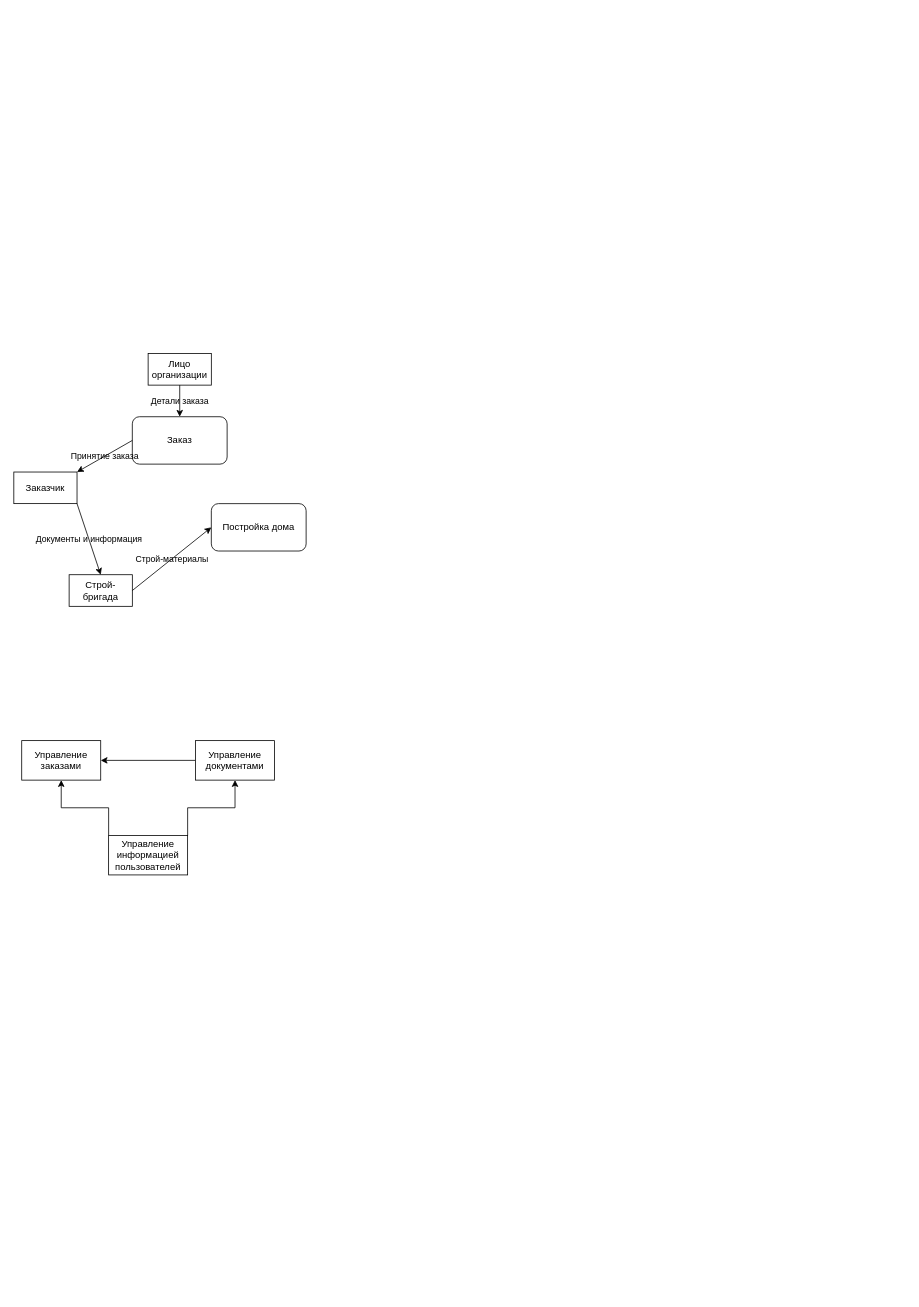
Above: Диаграмма без названия.drawio in AbstractRedy/gitexample (draw.io), before the change. Source tidied: cells renumbered, new cells numbered last; positions are measured from the earlier drawing's top-left corner, leaving out a move shared by most shapes. Both pictures are drawn from the tidied source at 79%, with x=0, y=0 at pixel (13, 353).
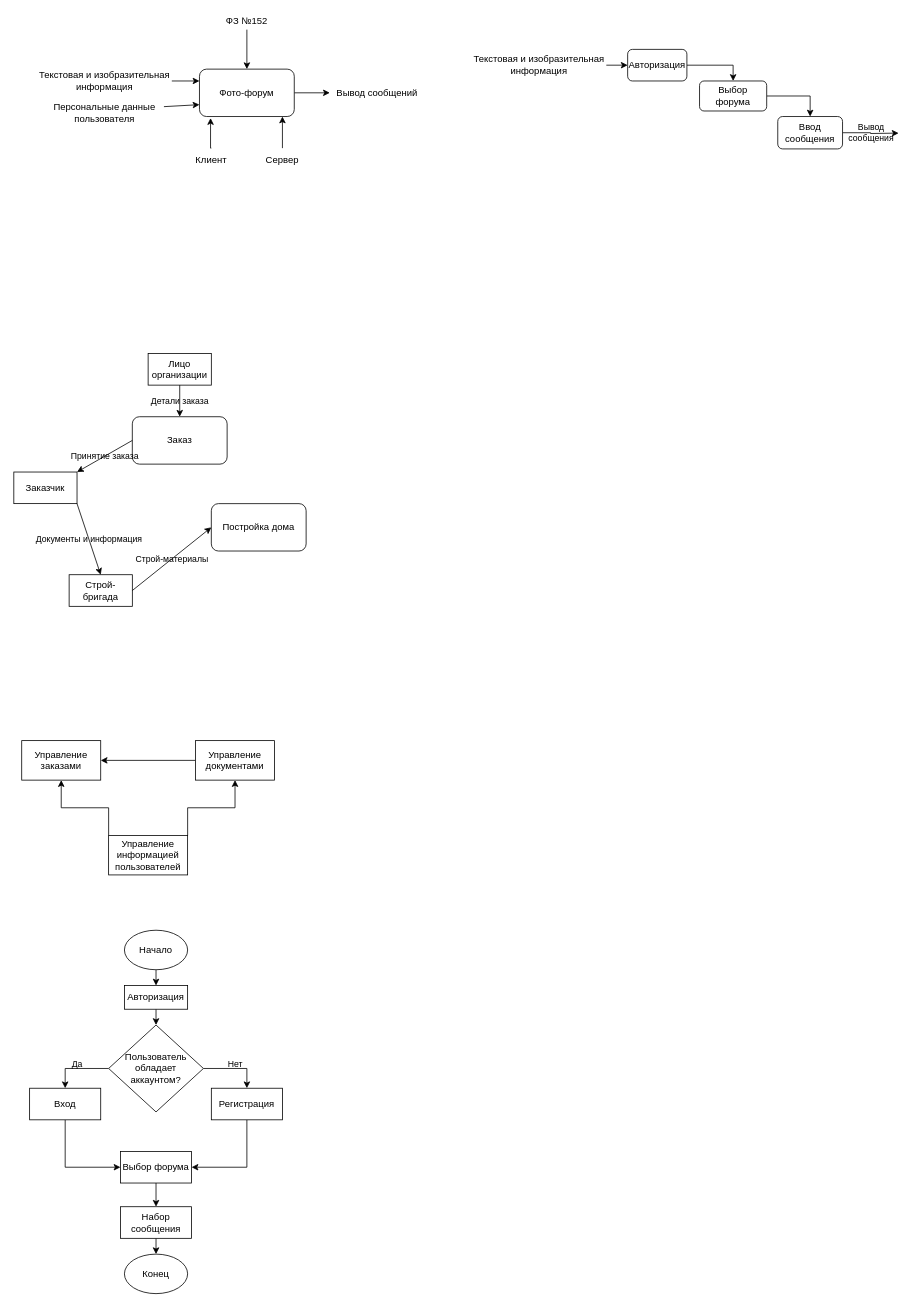
The same page after the edit.

Commit message:
Тупо все диаграммы

The edit, as a diff of the source:
```diff
@@
+    <mxCell id="17" style="edgeStyle=orthogonalEdgeStyle;rounded=0;jettySize=auto;html=1;exitX=0.5;exitY=1;exitDx=0;exitDy=0;entryX=0.5;entryY=0;entryDx=0;entryDy=0;labelBackgroundColor=none;" parent="1" edge="1" source="18" target="24">
+      <mxGeometry relative="1" as="geometry" />
+    </mxCell>
+    <mxCell id="18" value="Начало" style="ellipse;whiteSpace=wrap;html=1;" parent="1" vertex="1">
+      <mxGeometry x="140" y="730" width="80" height="50" as="geometry" />
+    </mxCell>
+    <mxCell id="19" value="Конец" style="ellipse;whiteSpace=wrap;html=1;" parent="1" vertex="1">
+      <mxGeometry x="140" y="1140" width="80" height="50" as="geometry" />
+    </mxCell>
+    <mxCell id="20" value="Нет" style="edgeStyle=orthogonalEdgeStyle;rounded=0;jettySize=auto;html=1;exitX=1;exitY=0.5;exitDx=0;exitDy=0;entryX=0.5;entryY=0;entryDx=0;entryDy=0;labelBackgroundColor=none;" parent="1" edge="1" source="22" target="26">
+      <mxGeometry y="5" relative="1" as="geometry" />
+    </mxCell>
+    <mxCell id="21" value="Да" style="edgeStyle=orthogonalEdgeStyle;rounded=0;jettySize=auto;html=1;exitX=0;exitY=0.5;exitDx=0;exitDy=0;entryX=0.5;entryY=0;entryDx=0;entryDy=0;labelBackgroundColor=none;" parent="1" edge="1" source="22" target="28">
+      <mxGeometry y="-5" relative="1" as="geometry" />
+    </mxCell>
+    <mxCell id="22" value="Пользователь обладает аккаунтом?" style="rhombus;whiteSpace=wrap;html=1;" parent="1" vertex="1">
+      <mxGeometry x="120" y="850" width="120" height="110" as="geometry" />
+    </mxCell>
+    <mxCell id="23" style="edgeStyle=orthogonalEdgeStyle;rounded=0;jettySize=auto;html=1;exitX=0.5;exitY=1;exitDx=0;exitDy=0;entryX=0.5;entryY=0;entryDx=0;entryDy=0;labelBackgroundColor=none;" parent="1" edge="1" source="24" target="22">
+      <mxGeometry relative="1" as="geometry" />
+    </mxCell>
+    <mxCell id="24" value="Авторизация" style="rounded=0;whiteSpace=wrap;html=1;" parent="1" vertex="1">
+      <mxGeometry x="140" y="800" width="80" height="30" as="geometry" />
+    </mxCell>
+    <mxCell id="25" style="edgeStyle=orthogonalEdgeStyle;rounded=0;jettySize=auto;html=1;exitX=0.5;exitY=1;exitDx=0;exitDy=0;entryX=1;entryY=0.5;entryDx=0;entryDy=0;labelBackgroundColor=none;" parent="1" edge="1" source="26" target="30">
+      <mxGeometry relative="1" as="geometry" />
+    </mxCell>
+    <mxCell id="26" value="Регистрация" style="rounded=0;whiteSpace=wrap;html=1;" parent="1" vertex="1">
+      <mxGeometry x="250" y="930" width="90" height="40" as="geometry" />
+    </mxCell>
+    <mxCell id="27" style="edgeStyle=orthogonalEdgeStyle;rounded=0;jettySize=auto;html=1;exitX=0.5;exitY=1;exitDx=0;exitDy=0;entryX=0;entryY=0.5;entryDx=0;entryDy=0;labelBackgroundColor=none;" parent="1" edge="1" source="28" target="30">
+      <mxGeometry relative="1" as="geometry" />
+    </mxCell>
+    <mxCell id="28" value="Вход" style="rounded=0;whiteSpace=wrap;html=1;" parent="1" vertex="1">
+      <mxGeometry x="20" y="930" width="90" height="40" as="geometry" />
+    </mxCell>
+    <mxCell id="29" style="edgeStyle=orthogonalEdgeStyle;rounded=0;jettySize=auto;html=1;exitX=0.5;exitY=1;exitDx=0;exitDy=0;entryX=0.5;entryY=0;entryDx=0;entryDy=0;labelBackgroundColor=none;" parent="1" edge="1" source="30" target="32">
+      <mxGeometry relative="1" as="geometry" />
+    </mxCell>
+    <mxCell id="30" value="Выбор форума" style="rounded=0;whiteSpace=wrap;html=1;" parent="1" vertex="1">
+      <mxGeometry x="135" y="1010" width="90" height="40" as="geometry" />
+    </mxCell>
+    <mxCell id="31" style="edgeStyle=orthogonalEdgeStyle;rounded=0;jettySize=auto;html=1;exitX=0.5;exitY=1;exitDx=0;exitDy=0;entryX=0.5;entryY=0;entryDx=0;entryDy=0;labelBackgroundColor=none;" parent="1" edge="1" source="32" target="19">
+      <mxGeometry relative="1" as="geometry" />
+    </mxCell>
+    <mxCell id="32" value="Набор сообщения" style="rounded=0;whiteSpace=wrap;html=1;" parent="1" vertex="1">
+      <mxGeometry x="135" y="1080" width="90" height="40" as="geometry" />
+    </mxCell>
+    <mxCell id="33" style="edgeStyle=orthogonalEdgeStyle;rounded=0;jettySize=auto;html=1;exitX=1;exitY=0.5;exitDx=0;exitDy=0;labelBackgroundColor=none;" parent="1" edge="1" source="34" target="37">
+      <mxGeometry relative="1" as="geometry" />
+    </mxCell>
+    <mxCell id="34" value="Фото-форум" style="rounded=1;whiteSpace=wrap;html=1;" parent="1" vertex="1">
+      <mxGeometry x="235" y="-360" width="120" height="60" as="geometry" />
+    </mxCell>
+    <mxCell id="35" value="Текстовая и изобразительная информация&lt;br&gt;" style="text;html=1;strokeColor=none;fillColor=none;align=center;verticalAlign=middle;whiteSpace=wrap;rounded=0;" parent="1" vertex="1">
+      <mxGeometry x="30" y="-360" width="170" height="30" as="geometry" />
+    </mxCell>
+    <mxCell id="36" value="Персональные данные пользователя" style="text;html=1;strokeColor=none;fillColor=none;align=center;verticalAlign=middle;whiteSpace=wrap;rounded=0;" parent="1" vertex="1">
+      <mxGeometry x="40" y="-320" width="150" height="30" as="geometry" />
+    </mxCell>
+    <mxCell id="37" value="Вывод сообщений" style="text;html=1;strokeColor=none;fillColor=none;align=center;verticalAlign=middle;whiteSpace=wrap;rounded=0;" parent="1" vertex="1">
+      <mxGeometry x="400" y="-345" width="120" height="30" as="geometry" />
+    </mxCell>
+    <mxCell id="38" style="edgeStyle=orthogonalEdgeStyle;rounded=0;jettySize=auto;html=1;exitX=0.5;exitY=0;exitDx=0;exitDy=0;entryX=0.117;entryY=1.033;entryDx=0;entryDy=0;entryPerimeter=0;labelBackgroundColor=none;" parent="1" edge="1" source="39" target="34">
+      <mxGeometry relative="1" as="geometry" />
+    </mxCell>
+    <mxCell id="39" value="Клиент" style="text;html=1;strokeColor=none;fillColor=none;align=center;verticalAlign=middle;whiteSpace=wrap;rounded=0;" parent="1" vertex="1">
+      <mxGeometry x="220" y="-260" width="60" height="30" as="geometry" />
+    </mxCell>
+    <mxCell id="40" style="edgeStyle=orthogonalEdgeStyle;rounded=0;jettySize=auto;html=1;exitX=0.5;exitY=0;exitDx=0;exitDy=0;labelBackgroundColor=none;" parent="1" edge="1" source="41">
+      <mxGeometry relative="1" as="geometry">
+        <mxPoint x="340" y="-300" as="targetPoint" />
+        <Array as="points">
+          <mxPoint x="340" y="-298" />
+        </Array>
+      </mxGeometry>
+    </mxCell>
+    <mxCell id="41" value="Сервер" style="text;html=1;strokeColor=none;fillColor=none;align=center;verticalAlign=middle;whiteSpace=wrap;rounded=0;" parent="1" vertex="1">
+      <mxGeometry x="310" y="-260" width="60" height="30" as="geometry" />
+    </mxCell>
+    <mxCell id="42" style="edgeStyle=orthogonalEdgeStyle;rounded=0;orthogonalLoop=1;jettySize=auto;html=1;exitX=0.5;exitY=1;exitDx=0;exitDy=0;labelBackgroundColor=none;" parent="1" edge="1" source="39" target="39">
+      <mxGeometry relative="1" as="geometry" />
+    </mxCell>
+    <mxCell id="43" style="edgeStyle=orthogonalEdgeStyle;rounded=0;jettySize=auto;html=1;exitX=0.5;exitY=1;exitDx=0;exitDy=0;entryX=0.5;entryY=0;entryDx=0;entryDy=0;labelBackgroundColor=none;" parent="1" edge="1" source="44" target="34">
+      <mxGeometry relative="1" as="geometry" />
+    </mxCell>
+    <mxCell id="44" value="ФЗ №152" style="text;html=1;strokeColor=none;fillColor=none;align=center;verticalAlign=middle;whiteSpace=wrap;rounded=0;" parent="1" vertex="1">
+      <mxGeometry x="265" y="-430" width="60" height="20" as="geometry" />
+    </mxCell>
+    <mxCell id="45" style="endArrow=classic;html=1;rounded=0;labelBackgroundColor=none;exitX=1;exitY=0.25;exitDx=0;exitDy=0;entryX=0;entryY=0.75;entryDx=0;entryDy=0;" parent="1" edge="1" source="36" target="34">
+      <mxGeometry relative="1" as="geometry" />
+    </mxCell>
+    <mxCell id="46" style="endArrow=classic;html=1;rounded=0;labelBackgroundColor=none;exitX=1;exitY=0.5;exitDx=0;exitDy=0;entryX=0;entryY=0.25;entryDx=0;entryDy=0;" parent="1" edge="1" source="35" target="34">
+      <mxGeometry relative="1" as="geometry" />
+    </mxCell>
+    <mxCell id="47" style="edgeStyle=orthogonalEdgeStyle;rounded=0;jettySize=auto;html=1;exitX=1;exitY=0.5;exitDx=0;exitDy=0;entryX=0;entryY=0.5;entryDx=0;entryDy=0;labelBackgroundColor=none;" parent="1" edge="1" source="48" target="50">
+      <mxGeometry relative="1" as="geometry" />
+    </mxCell>
+    <mxCell id="48" value="Текстовая и изобразительная информация&lt;br&gt;" style="text;html=1;strokeColor=none;fillColor=none;align=center;verticalAlign=middle;whiteSpace=wrap;rounded=0;" parent="1" vertex="1">
+      <mxGeometry x="580" y="-380" width="170" height="30" as="geometry" />
+    </mxCell>
+    <mxCell id="49" style="edgeStyle=orthogonalEdgeStyle;rounded=0;jettySize=auto;html=1;exitX=1;exitY=0.5;exitDx=0;exitDy=0;entryX=0.5;entryY=0;entryDx=0;entryDy=0;labelBackgroundColor=none;" parent="1" edge="1" source="50" target="52">
+      <mxGeometry relative="1" as="geometry" />
+    </mxCell>
+    <mxCell id="50" value="Авторизация" style="rounded=1;whiteSpace=wrap;html=1;" parent="1" vertex="1">
+      <mxGeometry x="777" y="-385" width="75" height="40" as="geometry" />
+    </mxCell>
+    <mxCell id="51" style="edgeStyle=orthogonalEdgeStyle;rounded=0;jettySize=auto;html=1;exitX=1;exitY=0.5;exitDx=0;exitDy=0;entryX=0.5;entryY=0;entryDx=0;entryDy=0;labelBackgroundColor=none;" parent="1" edge="1" source="52" target="54">
+      <mxGeometry relative="1" as="geometry" />
+    </mxCell>
+    <mxCell id="52" value="Выбор форума" style="rounded=1;whiteSpace=wrap;html=1;" parent="1" vertex="1">
+      <mxGeometry x="868" y="-345" width="85" height="38" as="geometry" />
+    </mxCell>
+    <mxCell id="53" value="Вывод&lt;br&gt;сообщения" style="edgeStyle=orthogonalEdgeStyle;rounded=0;jettySize=auto;html=1;exitX=1;exitY=0.5;exitDx=0;exitDy=0;labelBackgroundColor=none;" parent="1" edge="1" source="54">
+      <mxGeometry relative="1" as="geometry">
+        <mxPoint x="1120" y="-279" as="targetPoint" />
+      </mxGeometry>
+    </mxCell>
+    <mxCell id="54" value="Ввод сообщения" style="rounded=1;whiteSpace=wrap;html=1;" parent="1" vertex="1">
+      <mxGeometry x="967" y="-300" width="82" height="41" as="geometry" />
+    </mxCell>
```
